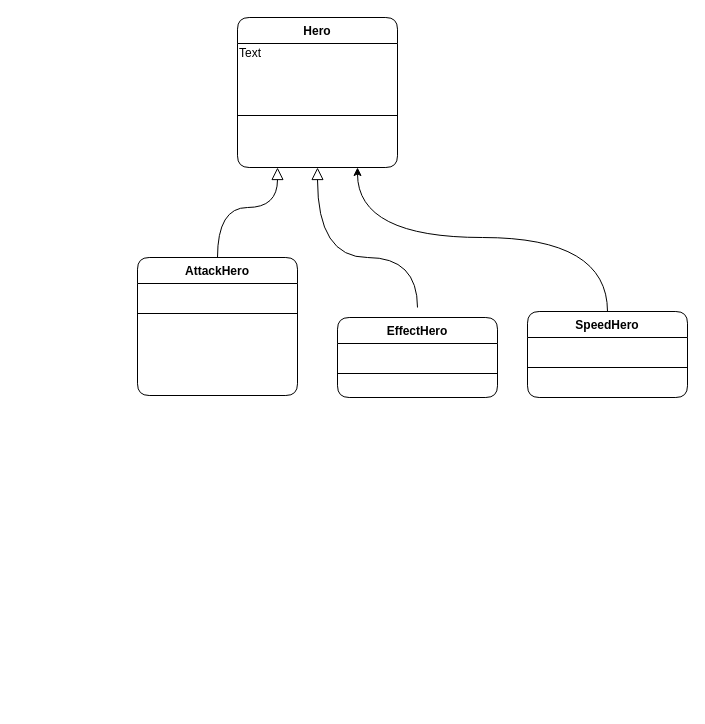
This is Untitled Diagram.drawio from floxxui/Slutprojekt_Prog2, a draw.io file, before an edit. Source tidied: cells renumbered, new cells numbered last; positions are measured from the earlier drawing's top-left corner, leaving out a move shared by most shapes. Both pictures are drawn from the tidied source at 100%, with x=0, y=0 at pixel (137, 17).
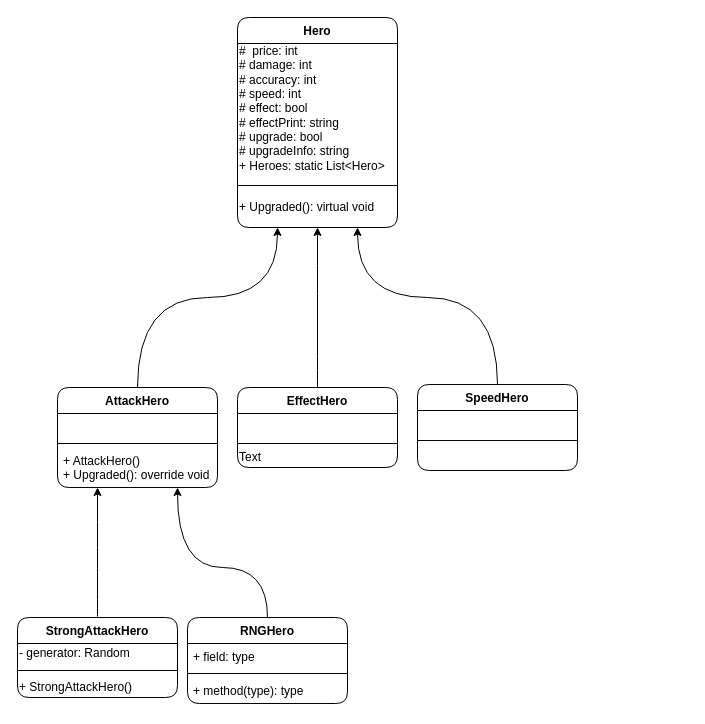
The same diagram, later.

The edit, as a diff of the source:
```diff
@@
     <mxCell id="2" value="Hero" style="swimlane;fontStyle=1;align=center;verticalAlign=top;horizontal=1;startSize=26;shadow=0;strokeWidth=1;rounded=1;" parent="1" vertex="1">
-      <mxGeometry x="100" width="160" height="150" as="geometry" />
+      <mxGeometry x="100" width="160" height="210" as="geometry" />
     </mxCell>
-    <mxCell id="3" value="Text" style="text;html=1;align=left;verticalAlign=middle;strokeColor=none;" parent="2" vertex="1">
-      <mxGeometry y="26" width="160" height="20" as="geometry" />
+    <mxCell id="3" value="#&amp;nbsp; price: int&lt;br&gt;# damage: int&lt;br&gt;# accuracy: int&lt;br&gt;# speed: int&lt;br&gt;# effect: bool&lt;br&gt;# effectPrint: string&lt;br&gt;# upgrade: bool&lt;br&gt;# upgradeInfo: string&lt;br&gt;+ Heroes: static List&amp;lt;Hero&amp;gt;" style="text;html=1;align=left;verticalAlign=middle;strokeColor=none;" parent="2" vertex="1">
+      <mxGeometry y="26" width="160" height="130" as="geometry" />
     </mxCell>
     <mxCell id="4" style="line;html=1;strokeWidth=1;align=left;verticalAlign=middle;spacingTop=-1;spacingLeft=3;spacingRight=3;labelPosition=right;rounded=1;" parent="2" vertex="1">
-      <mxGeometry y="46" width="160" height="104" as="geometry" />
+      <mxGeometry y="156" width="160" height="24" as="geometry" />
     </mxCell>
+    <mxCell id="19" value="+ Upgraded(): virtual void" style="text;html=1;align=left;verticalAlign=middle;strokeColor=none;" parent="2" vertex="1">
+      <mxGeometry y="180" width="160" height="20" as="geometry" />
+    </mxCell>
     <mxCell id="5" value="AttackHero" style="swimlane;fontStyle=1;align=center;verticalAlign=top;horizontal=1;startSize=26;shadow=0;strokeWidth=1;rounded=1;" parent="1" vertex="1">
-      <mxGeometry y="240" width="160" height="138" as="geometry" />
+      <mxGeometry x="-80" y="370" width="160" height="100" as="geometry" />
     </mxCell>
@@
-    <mxCell id="8" value=" " style="text;align=left;verticalAlign=top;spacingLeft=4;spacingRight=4;overflow=hidden;fontStyle=4;rounded=1;" parent="5" vertex="1">
-      <mxGeometry y="60" width="160" height="26" as="geometry" />
+    <mxCell id="8" value="+ AttackHero()&#10;+ Upgraded(): override void" style="text;align=left;verticalAlign=top;spacingLeft=4;spacingRight=4;overflow=hidden;fontStyle=0;rounded=1;" parent="5" vertex="1">
+      <mxGeometry y="60" width="160" height="40" as="geometry" />
     </mxCell>
-    <mxCell id="9" style="endArrow=block;endSize=10;endFill=0;shadow=0;strokeWidth=1;edgeStyle=elbowEdgeStyle;elbow=vertical;curved=1;exitX=0.5;exitY=0;exitDx=0;exitDy=0;entryX=0.25;entryY=1;entryDx=0;entryDy=0;" parent="1" edge="1" source="5" target="2">
+    <mxCell id="9" style="endArrow=classic;endFill=1;shadow=0;strokeWidth=1;edgeStyle=elbowEdgeStyle;elbow=vertical;curved=1;exitX=0.5;exitY=0;exitDx=0;exitDy=0;entryX=0.25;entryY=1;entryDx=0;entryDy=0;" parent="1" edge="1" source="5" target="2">
       <mxGeometry relative="1" as="geometry">
         <Array as="points">
-          <mxPoint x="80" y="190" />
+          <mxPoint x="70" y="280" />
         </Array>
       </mxGeometry>
     </mxCell>
     <mxCell id="10" value="EffectHero" style="swimlane;fontStyle=1;align=center;verticalAlign=top;horizontal=1;startSize=26;shadow=0;strokeWidth=1;rounded=1;" parent="1" vertex="1">
-      <mxGeometry x="200" y="300" width="160" height="80" as="geometry" />
+      <mxGeometry x="100" y="370" width="160" height="80" as="geometry" />
     </mxCell>
@@
+    <mxCell id="20" value="Text" style="text;html=1;align=left;verticalAlign=middle;strokeColor=none;" parent="10" vertex="1">
+      <mxGeometry y="60" width="160" height="20" as="geometry" />
+    </mxCell>
-    <mxCell id="13" style="endArrow=block;endSize=10;endFill=0;shadow=0;strokeWidth=1;edgeStyle=elbowEdgeStyle;elbow=vertical;entryX=0.5;entryY=1;entryDx=0;entryDy=0;curved=1;" parent="1" edge="1" target="2">
+    <mxCell id="13" style="endArrow=classic;endFill=1;shadow=0;strokeWidth=1;edgeStyle=elbowEdgeStyle;elbow=vertical;entryX=0.5;entryY=1;entryDx=0;entryDy=0;curved=1;exitX=0.5;exitY=0;exitDx=0;exitDy=0;" parent="1" edge="1" source="10" target="2">
       <mxGeometry relative="1" as="geometry">
-        <mxPoint x="280" y="290" as="sourcePoint" />
         <Array as="points">
-          <mxPoint x="230" y="240" />
+          <mxPoint x="210" y="350" />
         </Array>
       </mxGeometry>
     </mxCell>
     <mxCell id="14" style="edgeStyle=orthogonalEdgeStyle;curved=1;rounded=0;jettySize=auto;html=1;entryX=0.75;entryY=1;entryDx=0;entryDy=0;" parent="1" edge="1" source="15" target="2">
       <mxGeometry relative="1" as="geometry">
         <Array as="points">
-          <mxPoint x="470" y="220" />
-          <mxPoint x="220" y="220" />
+          <mxPoint x="360" y="280" />
+          <mxPoint x="220" y="280" />
         </Array>
       </mxGeometry>
     </mxCell>
     <mxCell id="15" value="SpeedHero" style="swimlane;fontStyle=1;align=center;verticalAlign=top;horizontal=1;startSize=26;rounded=1;shadow=0;glass=0;sketch=0;fillColor=#ffffff;gradientColor=none;" parent="1" vertex="1">
-      <mxGeometry x="390" y="294" width="160" height="86" as="geometry" />
+      <mxGeometry x="280" y="367" width="160" height="86" as="geometry" />
     </mxCell>
@@
+    <mxCell id="21" style="edgeStyle=orthogonalEdgeStyle;rounded=0;jettySize=auto;html=1;entryX=0.25;entryY=1;entryDx=0;entryDy=0;endArrow=classic;endFill=1;strokeWidth=1;curved=1;" parent="1" edge="1" target="5">
+      <mxGeometry relative="1" as="geometry">
+        <mxPoint x="-40" y="599" as="sourcePoint" />
+        <Array as="points">
+          <mxPoint x="-40" y="599" />
+        </Array>
+      </mxGeometry>
+    </mxCell>
+    <mxCell id="22" value="StrongAttackHero" style="swimlane;fontStyle=1;align=center;verticalAlign=top;horizontal=1;startSize=26;rounded=1;" parent="1" vertex="1">
+      <mxGeometry x="-120" y="600" width="160" height="80" as="geometry" />
+    </mxCell>
+    <mxCell id="23" value="&lt;div&gt;&lt;span&gt;- generator: Random&lt;/span&gt;&lt;/div&gt;" style="text;html=1;align=left;verticalAlign=middle;strokeColor=none;" parent="22" vertex="1">
+      <mxGeometry y="26" width="160" height="20" as="geometry" />
+    </mxCell>
+    <mxCell id="24" style="line;strokeWidth=1;fillColor=none;align=left;verticalAlign=middle;spacingTop=-1;spacingLeft=3;spacingRight=3;labelPosition=right;" parent="22" vertex="1">
+      <mxGeometry y="46" width="160" height="14" as="geometry" />
+    </mxCell>
+    <mxCell id="25" value="+ StrongAttackHero()" style="text;html=1;align=left;verticalAlign=middle;strokeColor=none;" parent="22" vertex="1">
+      <mxGeometry y="60" width="160" height="20" as="geometry" />
+    </mxCell>
+    <mxCell id="26" style="edgeStyle=orthogonalEdgeStyle;curved=1;rounded=0;jettySize=auto;html=1;entryX=0.75;entryY=1;entryDx=0;entryDy=0;endArrow=classic;endFill=1;strokeWidth=1;exitX=0.5;exitY=0;exitDx=0;exitDy=0;" parent="1" edge="1" source="27" target="5">
+      <mxGeometry relative="1" as="geometry">
+        <Array as="points">
+          <mxPoint x="130" y="550" />
+          <mxPoint x="40" y="550" />
+        </Array>
+      </mxGeometry>
+    </mxCell>
+    <mxCell id="27" value="RNGHero" style="swimlane;fontStyle=1;align=center;verticalAlign=top;horizontal=1;startSize=26;rounded=1;" parent="1" vertex="1">
+      <mxGeometry x="50" y="600" width="160" height="86" as="geometry" />
+    </mxCell>
+    <mxCell id="28" value="+ field: type" style="text;strokeColor=none;fillColor=none;align=left;verticalAlign=top;spacingLeft=4;spacingRight=4;overflow=hidden;rounded=0;shadow=0;glass=0;sketch=0;" parent="27" vertex="1">
+      <mxGeometry y="26" width="160" height="26" as="geometry" />
+    </mxCell>
+    <mxCell id="29" style="line;strokeWidth=1;fillColor=none;align=left;verticalAlign=middle;spacingTop=-1;spacingLeft=3;spacingRight=3;labelPosition=right;" parent="27" vertex="1">
+      <mxGeometry y="52" width="160" height="8" as="geometry" />
+    </mxCell>
+    <mxCell id="30" value="+ method(type): type" style="text;strokeColor=none;fillColor=none;align=left;verticalAlign=top;spacingLeft=4;spacingRight=4;overflow=hidden;" parent="27" vertex="1">
+      <mxGeometry y="60" width="160" height="26" as="geometry" />
+    </mxCell>
```
